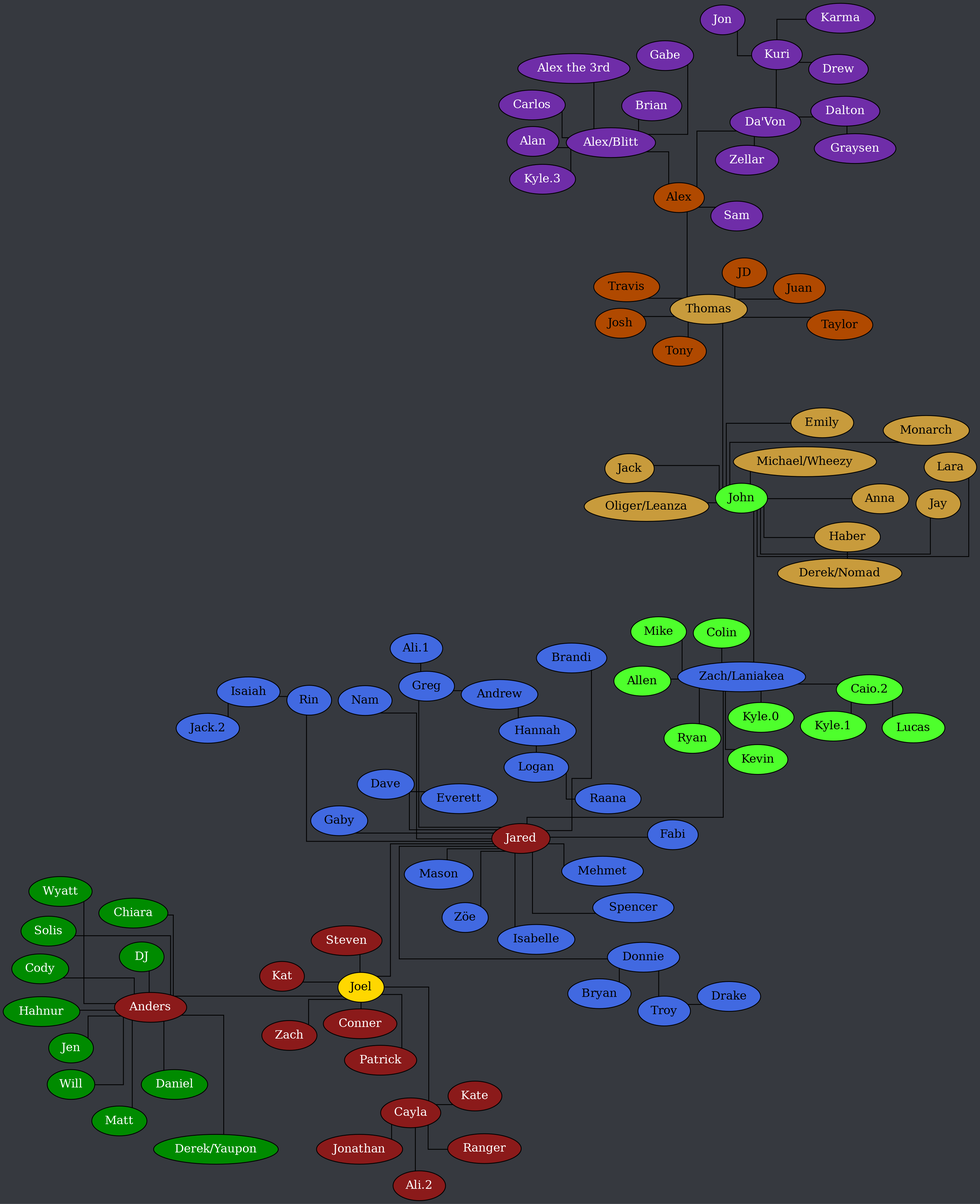
Above: tree.png in Documidas/CoronaCatzFamilyTree (Graphviz), before the change. Its source is kept beside it as tree.dot.
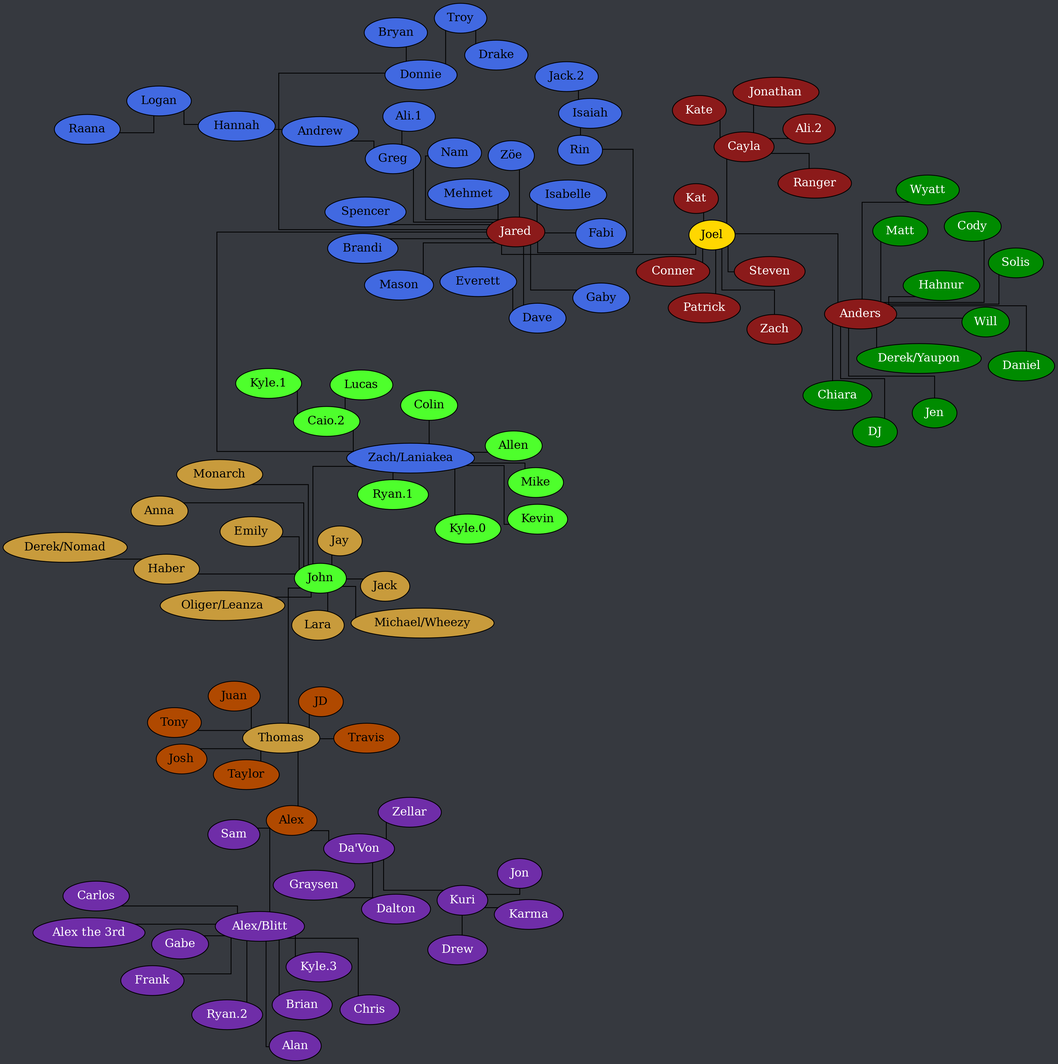
After the change.

Commit message:
Add second Ryan, add Chris and Frank

Diff of the diagram source:
```diff
@@ -87,7 +87,7 @@
 		"Zach/Laniakea" -- Kevin;
 		"Zach/Laniakea" -- "Kyle.0";
 		"Zach/Laniakea" -- Mike;
-		"Zach/Laniakea" -- Ryan;
+		"Zach/Laniakea" -- "Ryan.1";
 	}
 
 	subgraph "John" {
@@ -133,8 +133,11 @@
 		"Alex/Blitt" -- "Alex the 3rd";
 		"Alex/Blitt" -- Brian;
 		"Alex/Blitt" -- Carlos;
+		"Alex/Blitt" -- Chris;
+		"Alex/Blitt" -- Frank;
 		"Alex/Blitt" -- Gabe;
 		"Alex/Blitt" -- "Kyle.3";
+		"Alex/Blitt" -- "Ryan.2";
 		"Da'Von" -- Dalton;
 		"Da'Von" -- Kuri;
 		"Da'Von" -- Zellar;
```
